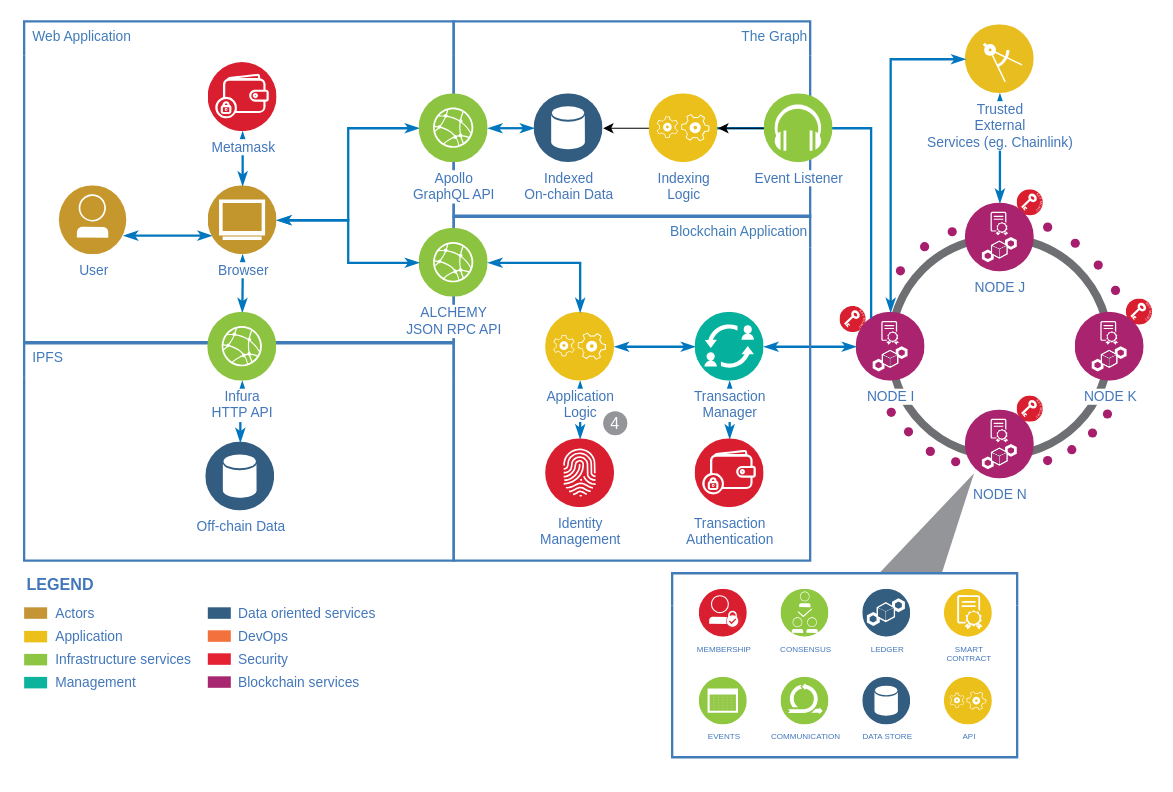
This is Assets/Untitled Diagram.drawio from hlpangaa/nft-ticketing-main, a draw.io file, before an edit. Source tidied: cells renumbered, new cells numbered last; positions are measured from the earlier drawing's top-left corner, leaving out a move shared by most shapes. Both pictures are drawn from the tidied source at 115%, with x=0, y=0 at pixel (23, 21).
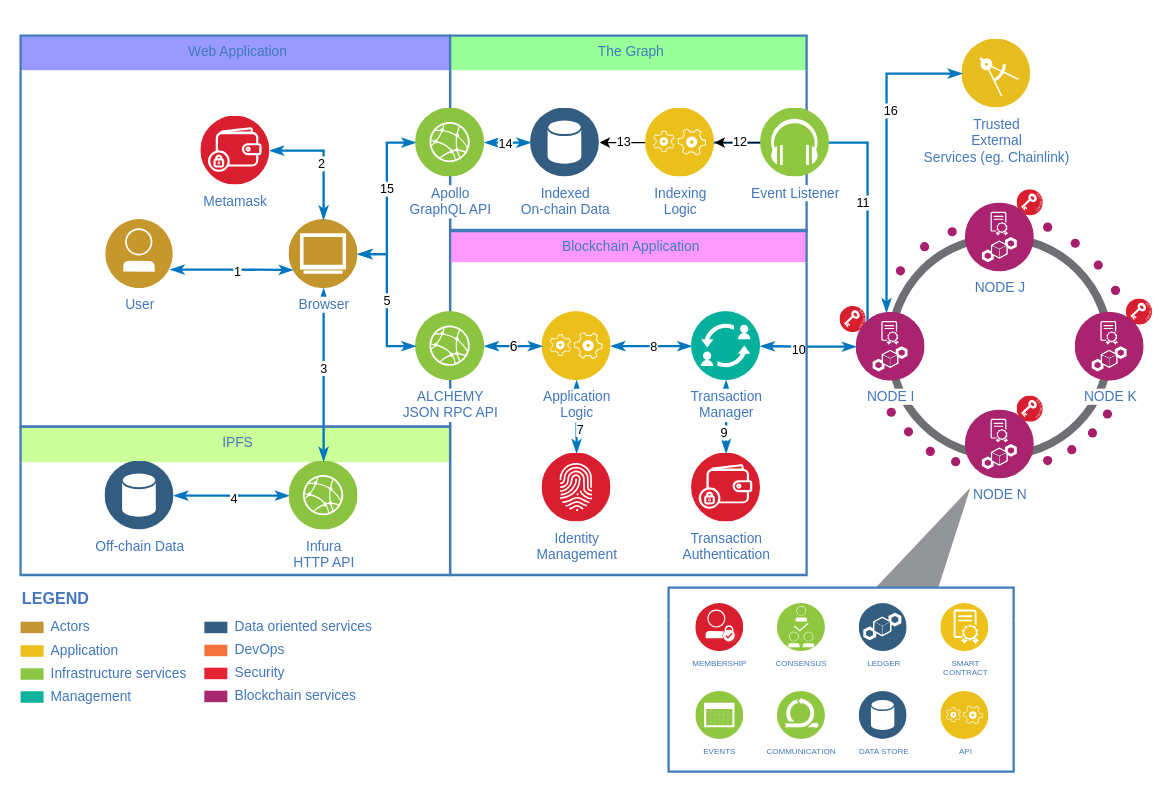
The same page after the edit.

The change refers to these unchanged cells:
```xml
<mxCell id="10" value="NODE J" style="perimeter=ellipsePerimeter;html=1;align=center;shadow=0;dashed=0;fontColor=#4277BB;labelBackgroundColor=#ffffff;fontSize=12;spacingTop=0;image;image=img/lib/ibm/blockchain/node.svg;" parent="1" vertex="1">
  <mxGeometry x="819" y="158" width="60" height="60" as="geometry" />
</mxCell>
<mxCell id="11" value="NODE I" style="perimeter=ellipsePerimeter;html=1;align=center;shadow=0;dashed=0;fontColor=#4277BB;labelBackgroundColor=#ffffff;fontSize=12;spacingTop=0;image;image=img/lib/ibm/blockchain/node.svg;" parent="1" vertex="1">
  <mxGeometry x="724" y="253" width="60" height="60" as="geometry" />
</mxCell>
<mxCell id="16" style="edgeStyle=orthogonalEdgeStyle;fontSize=12;html=1;endArrow=classicThin;endFill=1;rounded=0;strokeColor=#0076BE;strokeWidth=2;startArrow=classicThin;startFill=1;" parent="1" edge="1" source="11" target="29">
  <mxGeometry relative="1" as="geometry" />
</mxCell>
<mxCell id="19" style="edgeStyle=orthogonalEdgeStyle;fontSize=12;html=1;endArrow=classicThin;endFill=1;rounded=0;strokeColor=#0076BE;strokeWidth=2;startArrow=classicThin;startFill=1;exitX=1;exitY=0.75;exitDx=0;exitDy=0;entryX=0;entryY=0.75;entryDx=0;entryDy=0;" parent="18" edge="1" source="20" target="21">
  <mxGeometry relative="1" as="geometry" />
</mxCell>
<mxCell id="22" style="edgeStyle=orthogonalEdgeStyle;fontSize=12;html=1;endArrow=classicThin;endFill=1;rounded=0;strokeColor=#0076BE;strokeWidth=2;startArrow=classicThin;startFill=1;" parent="18" edge="1" source="23" target="21">
  <mxGeometry relative="1" as="geometry" />
</mxCell>
<mxCell id="25" style="edgeStyle=orthogonalEdgeStyle;fontSize=12;html=1;endArrow=classicThin;endFill=1;rounded=0;strokeColor=#0076BE;strokeWidth=2;startArrow=classicThin;startFill=1;" parent="24" edge="1" source="27" target="29">
  <mxGeometry relative="1" as="geometry" />
</mxCell>
<mxCell id="26" style="edgeStyle=orthogonalEdgeStyle;fontSize=12;html=1;endArrow=classicThin;endFill=1;rounded=0;strokeColor=#0076BE;strokeWidth=2;startArrow=classicThin;startFill=1;" parent="24" edge="1" source="27" target="31">
  <mxGeometry relative="1" as="geometry">
    <Array as="points">
      <mxPoint x="110" y="181" />
      <mxPoint x="110" y="181" />
    </Array>
  </mxGeometry>
</mxCell>
<mxCell id="28" style="edgeStyle=orthogonalEdgeStyle;fontSize=12;html=1;endArrow=classicThin;endFill=1;rounded=0;strokeColor=#0076BE;strokeWidth=2;startArrow=classicThin;startFill=1;" parent="24" edge="1" source="29" target="32">
  <mxGeometry relative="1" as="geometry" />
</mxCell>
<mxCell id="74" style="edgeStyle=orthogonalEdgeStyle;fontSize=12;html=1;endArrow=classicThin;endFill=1;rounded=0;strokeColor=#0076BE;strokeWidth=2;startArrow=classicThin;startFill=1;entryX=0;entryY=0.5;entryDx=0;entryDy=0;" parent="1" edge="1" source="21" target="78">
  <mxGeometry relative="1" as="geometry" />
</mxCell>
<mxCell id="77" style="edgeStyle=orthogonalEdgeStyle;fontSize=12;html=1;endArrow=classicThin;endFill=1;rounded=0;strokeColor=#0076BE;strokeWidth=2;startArrow=classicThin;startFill=1;" parent="75" edge="1" source="78" target="76">
  <mxGeometry relative="1" as="geometry" />
</mxCell>
<mxCell id="79" style="edgeStyle=orthogonalEdgeStyle;rounded=0;jettySize=auto;html=1;" parent="75" edge="1" source="80" target="82">
  <mxGeometry relative="1" as="geometry" />
</mxCell>
<mxCell id="81" style="edgeStyle=orthogonalEdgeStyle;rounded=0;jettySize=auto;html=1;" parent="75" edge="1" source="82" target="76">
  <mxGeometry relative="1" as="geometry" />
</mxCell>
```

What changed in the source:
```diff
@@
-    <mxCell id="2" style="edgeStyle=orthogonalEdgeStyle;fontSize=12;html=1;endArrow=classicThin;endFill=1;rounded=0;strokeColor=#0076BE;strokeWidth=2;startArrow=classicThin;startFill=1;" parent="1" edge="1" source="10" target="9">
-      <mxGeometry relative="1" as="geometry" />
-    </mxCell>
+    <mxCell id="69" value="IPFS" style="swimlane;fontStyle=0;horizontal=1;startSize=31;swimlaneLine=0;swimlaneFillColor=none;fillColor=#CCFF99;rounded=0;whiteSpace=wrap;html=1;absoluteArcSize=1;arcSize=12;strokeColor=#417CB9;fontColor=#417CB9;verticalAlign=top;align=center;spacingLeft=5;dashed=0;strokeWidth=2;" parent="1" vertex="1">
+      <mxGeometry x="-2.6" y="352.5" width="373.5" height="129" as="geometry" />
+    </mxCell>
+    <mxCell id="71" style="edgeStyle=orthogonalEdgeStyle;fontSize=12;html=1;endArrow=classicThin;endFill=1;rounded=0;strokeColor=#0076BE;strokeWidth=2;startArrow=classicThin;startFill=1;exitX=0;exitY=0.5;exitDx=0;exitDy=0;entryX=1;entryY=0.5;entryDx=0;entryDy=0;" parent="69" edge="1" source="72" target="70">
+      <mxGeometry relative="1" as="geometry" />
+    </mxCell>
+    <mxCell id="30" value="4" style="edgeLabel;html=1;align=center;verticalAlign=middle;" parent="71" vertex="1">
+      <mxGeometry x="-0.03" y="2" relative="1" as="geometry" />
+    </mxCell>
+    <mxCell id="70" value="Off-chain Data" style="perimeter=ellipsePerimeter;html=1;align=center;shadow=0;dashed=0;fontColor=#4277BB;labelBackgroundColor=#ffffff;fontSize=12;spacingTop=0;image;image=img/lib/ibm/data/data_services.svg;" parent="69" vertex="1">
+      <mxGeometry x="73.5" y="30" width="60" height="60" as="geometry" />
+    </mxCell>
+    <mxCell id="72" value="Infura&lt;br&gt;HTTP API" style="perimeter=ellipsePerimeter;html=1;align=center;shadow=0;dashed=0;fontColor=#4277BB;labelBackgroundColor=#ffffff;fontSize=12;spacingTop=0;image;image=img/lib/ibm/infrastructure/edge_services.svg;" parent="69" vertex="1">
+      <mxGeometry x="233.5" y="30" width="60" height="60" as="geometry" />
+    </mxCell>
-    <mxCell id="3" style="edgeStyle=orthogonalEdgeStyle;fontSize=12;html=1;endArrow=classicThin;endFill=1;rounded=0;strokeColor=#0076BE;strokeWidth=2;startArrow=classicThin;startFill=1;" parent="1" edge="1" source="21" target="72">
+    <mxCell id="3" style="edgeStyle=orthogonalEdgeStyle;fontSize=12;html=1;endArrow=classicThin;endFill=1;rounded=0;strokeColor=#0076BE;strokeWidth=2;startArrow=classicThin;startFill=1;exitX=0.5;exitY=1;exitDx=0;exitDy=0;" parent="1" edge="1" source="21" target="72">
       <mxGeometry relative="1" as="geometry" />
     </mxCell>
+    <mxCell id="83" value="3" style="edgeLabel;html=1;align=center;verticalAlign=middle;" parent="3" vertex="1">
+      <mxGeometry x="-0.08" relative="1" as="geometry" />
+    </mxCell>
@@
     <mxCell id="9" value="Trusted&lt;br&gt;External&lt;br&gt;Services (eg. Chainlink)" style="perimeter=ellipsePerimeter;html=1;align=center;shadow=0;dashed=0;fontColor=#4277BB;labelBackgroundColor=#ffffff;fontSize=12;spacingTop=0;image;image=img/lib/ibm/applications/mobile_app.svg;" parent="1" vertex="1">
-      <mxGeometry x="819" y="3" width="60" height="60" as="geometry" />
+      <mxGeometry x="815.9" y="15.5" width="60" height="60" as="geometry" />
     </mxCell>
@@
     <mxCell id="14" style="edgeStyle=orthogonalEdgeStyle;fontSize=12;html=1;endArrow=classicThin;endFill=1;rounded=0;strokeColor=#0076BE;strokeWidth=2;startArrow=none;startFill=0;entryX=1;entryY=0.5;entryDx=0;entryDy=0;" parent="1" edge="1" source="11">
       <mxGeometry relative="1" as="geometry">
-        <mxPoint x="570" y="93" as="targetPoint" />
+        <mxPoint x="566.9" y="105.5" as="targetPoint" />
         <Array as="points">
-          <mxPoint x="737" y="93" />
+          <mxPoint x="733.9" y="105.5" />
         </Array>
       </mxGeometry>
     </mxCell>
+    <mxCell id="84" value="11" style="edgeLabel;html=1;align=center;verticalAlign=middle;" parent="14" vertex="1">
+      <mxGeometry x="-0.36" y="4" relative="1" as="geometry" />
+    </mxCell>
     <mxCell id="15" style="edgeStyle=orthogonalEdgeStyle;fontSize=12;html=1;endArrow=classicThin;endFill=1;rounded=0;strokeColor=#0076BE;strokeWidth=2;startArrow=classicThin;startFill=1;" parent="1" edge="1" source="11" target="9">
       <mxGeometry relative="1" as="geometry">
         <Array as="points">
-          <mxPoint x="753.5" y="33" />
+          <mxPoint x="750.4" y="45.5" />
         </Array>
       </mxGeometry>
     </mxCell>
+    <mxCell id="85" value="16" style="edgeLabel;html=1;align=center;verticalAlign=middle;" parent="15" vertex="1">
+      <mxGeometry x="0.29" y="-3" relative="1" as="geometry" />
+    </mxCell>
@@
+    <mxCell id="86" value="10" style="edgeLabel;html=1;align=center;verticalAlign=middle;" parent="16" vertex="1">
+      <mxGeometry x="0.22" y="3" relative="1" as="geometry" />
+    </mxCell>
     <mxCell id="17" style="verticalLabelPosition=bottom;verticalAlign=top;html=1;shape=mxgraph.basic.obtuse_triangle;dx=0.34;rounded=0;flipH=1;strokeColor=none;fillColor=#939598;spacingTop=0;" parent="1" vertex="1">
-      <mxGeometry x="744" y="393" width="82.5" height="87" as="geometry" />
+      <mxGeometry x="740.9" y="405.5" width="82.5" height="87" as="geometry" />
     </mxCell>
-    <mxCell id="18" value="Web Application" style="swimlane;fontStyle=0;horizontal=1;startSize=30;swimlaneLine=0;swimlaneFillColor=none;fillColor=none;rounded=0;whiteSpace=wrap;html=1;absoluteArcSize=1;arcSize=12;strokeColor=#417CB9;fontColor=#417CB9;verticalAlign=top;align=left;spacingLeft=5;dashed=0;strokeWidth=2;" parent="1" vertex="1">
-      <mxGeometry x="0.5" width="373.5" height="280" as="geometry" />
+    <mxCell id="18" value="Web Application" style="swimlane;fontStyle=0;horizontal=1;startSize=30;swimlaneLine=0;swimlaneFillColor=none;fillColor=#9999FF;rounded=0;whiteSpace=wrap;html=1;absoluteArcSize=1;arcSize=12;strokeColor=#417CB9;fontColor=#417CB9;verticalAlign=top;align=center;spacingLeft=5;dashed=0;strokeWidth=2;" parent="1" vertex="1">
+      <mxGeometry x="-2.6" y="12.5" width="373.5" height="340" as="geometry" />
     </mxCell>
@@
+    <mxCell id="87" value="1" style="edgeLabel;html=1;align=center;verticalAlign=middle;" parent="19" vertex="1">
+      <mxGeometry x="0.08" y="-1" relative="1" as="geometry" />
+    </mxCell>
     <mxCell id="20" value="User" style="perimeter=ellipsePerimeter;html=1;align=center;shadow=0;dashed=0;fontColor=#4277BB;labelBackgroundColor=#ffffff;fontSize=12;spacingTop=0;image;image=img/lib/ibm/blockchain/blockchain_developer.svg;" parent="18" vertex="1">
-      <mxGeometry x="30" y="143" width="60" height="60" as="geometry" />
+      <mxGeometry x="73.5" y="160" width="60" height="60" as="geometry" />
     </mxCell>
     <mxCell id="21" value="Browser" style="perimeter=ellipsePerimeter;html=1;align=center;shadow=0;dashed=0;fontColor=#4277BB;labelBackgroundColor=#ffffff;fontSize=12;spacingTop=0;image;image=img/lib/ibm/users/browser.svg;" parent="18" vertex="1">
-      <mxGeometry x="160" y="143" width="60" height="60" as="geometry" />
+      <mxGeometry x="233.5" y="160" width="60" height="60" as="geometry" />
     </mxCell>
@@
+    <mxCell id="88" value="2" style="edgeLabel;html=1;align=center;verticalAlign=middle;" parent="22" vertex="1">
+      <mxGeometry x="0.09" y="-2" relative="1" as="geometry" />
+    </mxCell>
     <mxCell id="23" value="Metamask" style="perimeter=ellipsePerimeter;html=1;align=center;shadow=0;dashed=0;fontColor=#4277BB;labelBackgroundColor=#ffffff;fontSize=12;spacingTop=0;image;image=img/lib/ibm/blockchain/wallet.svg;" parent="18" vertex="1">
-      <mxGeometry x="160" y="36" width="60" height="60" as="geometry" />
+      <mxGeometry x="156.8" y="70" width="60" height="60" as="geometry" />
     </mxCell>
-    <mxCell id="24" value="Blockchain Application" style="swimlane;fontStyle=0;horizontal=1;startSize=28;swimlaneLine=0;swimlaneFillColor=none;fillColor=none;rounded=0;whiteSpace=wrap;html=1;absoluteArcSize=1;arcSize=12;strokeColor=#417CB9;fontColor=#417CB9;verticalAlign=top;align=right;spacingLeft=5;dashed=0;strokeWidth=2;" parent="1" vertex="1">
-      <mxGeometry x="374" y="169" width="310" height="300" as="geometry" />
+    <mxCell id="24" value="Blockchain Application" style="swimlane;fontStyle=0;horizontal=1;startSize=28;swimlaneLine=0;swimlaneFillColor=none;fillColor=#FF99FF;rounded=0;whiteSpace=wrap;html=1;absoluteArcSize=1;arcSize=12;strokeColor=#417CB9;fontColor=#417CB9;verticalAlign=top;align=center;spacingLeft=5;dashed=0;strokeWidth=2;" parent="1" vertex="1">
+      <mxGeometry x="370.9" y="181.5" width="310" height="300" as="geometry" />
     </mxCell>
@@
+    <mxCell id="89" value="8" style="edgeLabel;html=1;align=center;verticalAlign=middle;" parent="25" vertex="1">
+      <mxGeometry x="0.07" relative="1" as="geometry" />
+    </mxCell>
@@
+    <mxCell id="90" value="7" style="edgeLabel;html=1;align=center;verticalAlign=middle;" parent="26" vertex="1">
+      <mxGeometry x="0.32" y="3" relative="1" as="geometry" />
+    </mxCell>
     <mxCell id="27" value="Application &lt;br&gt;Logic" style="perimeter=ellipsePerimeter;html=1;align=center;shadow=0;dashed=0;fontColor=#4277BB;labelBackgroundColor=#ffffff;fontSize=12;spacingTop=0;image;image=img/lib/ibm/applications/application_logic.svg;" parent="24" vertex="1">
-      <mxGeometry x="80" y="84" width="60" height="60" as="geometry" />
+      <mxGeometry x="80" y="71" width="60" height="60" as="geometry" />
     </mxCell>
@@
+    <mxCell id="91" value="9" style="edgeLabel;html=1;align=center;verticalAlign=middle;" parent="28" vertex="1">
+      <mxGeometry x="0.42" y="-2" relative="1" as="geometry" />
+    </mxCell>
     <mxCell id="29" value="Transaction &lt;br&gt;Manager" style="perimeter=ellipsePerimeter;html=1;align=center;shadow=0;dashed=0;fontColor=#4277BB;labelBackgroundColor=#ffffff;fontSize=12;spacingTop=0;image;image=img/lib/ibm/blockchain/transaction_manager.svg;" parent="24" vertex="1">
-      <mxGeometry x="210" y="84" width="60" height="60" as="geometry" />
+      <mxGeometry x="210" y="71" width="60" height="60" as="geometry" />
     </mxCell>
-    <mxCell id="30" value="4" style="ellipse;whiteSpace=wrap;html=1;rounded=0;strokeColor=none;strokeWidth=7;fillColor=#939598;fontSize=14;align=center;fontColor=#FFFFFF;" parent="24" vertex="1">
-      <mxGeometry x="130" y="170" width="21" height="21" as="geometry" />
-    </mxCell>
@@
     <mxCell id="33" value="ALCHEMY&lt;br&gt;JSON RPC API" style="perimeter=ellipsePerimeter;html=1;align=center;shadow=0;dashed=0;fontColor=#4277BB;labelBackgroundColor=#ffffff;fontSize=12;spacingTop=0;image;image=img/lib/ibm/infrastructure/edge_services.svg;" parent="24" vertex="1">
-      <mxGeometry x="-30" y="11" width="60" height="60" as="geometry" />
+      <mxGeometry x="-30" y="71" width="60" height="60" as="geometry" />
     </mxCell>
-    <mxCell id="34" style="edgeStyle=orthogonalEdgeStyle;fontSize=12;html=1;endArrow=classicThin;endFill=1;rounded=0;strokeColor=#0076BE;strokeWidth=2;startArrow=classicThin;startFill=1;" parent="24" edge="1" source="33" target="27">
+    <mxCell id="34" value="6" style="edgeStyle=orthogonalEdgeStyle;fontSize=12;html=1;endArrow=classicThin;endFill=1;rounded=0;strokeColor=#0076BE;strokeWidth=2;startArrow=classicThin;startFill=1;" parent="24" edge="1" source="33" target="27">
       <mxGeometry relative="1" as="geometry" />
     </mxCell>
     <mxCell id="35" style="group;fontSize=7;" parent="1" vertex="1">
-      <mxGeometry x="564" y="480" width="300" height="160" as="geometry" />
+      <mxGeometry x="560.9" y="492.5" width="300" height="160" as="geometry" />
     </mxCell>
@@
     <mxCell id="45" value="Application" style="rounded=0;html=1;shadow=0;labelBackgroundColor=none;strokeColor=none;strokeWidth=2;fillColor=#EBC01A;gradientColor=none;fontSize=12;fontColor=#4277BB;align=left;labelPosition=right;verticalLabelPosition=middle;verticalAlign=middle;spacingLeft=5;" parent="1" vertex="1">
-      <mxGeometry x="0.5" y="530.1" width="20" height="10" as="geometry" />
+      <mxGeometry x="-2.6" y="542.6" width="20" height="10" as="geometry" />
     </mxCell>
     <mxCell id="46" value="Infrastructure services" style="rounded=0;html=1;shadow=0;labelBackgroundColor=none;strokeColor=none;strokeWidth=2;fillColor=#8DC642;gradientColor=none;fontSize=12;fontColor=#4277BB;align=left;labelPosition=right;verticalLabelPosition=middle;verticalAlign=middle;spacingLeft=5;" parent="1" vertex="1">
-      <mxGeometry x="0.5" y="550.1" width="20" height="10" as="geometry" />
+      <mxGeometry x="-2.6" y="562.6" width="20" height="10" as="geometry" />
     </mxCell>
     <mxCell id="47" value="Management" style="rounded=0;html=1;shadow=0;labelBackgroundColor=none;strokeColor=none;strokeWidth=2;fillColor=#0DB39D;gradientColor=none;fontSize=12;fontColor=#4277BB;align=left;labelPosition=right;verticalLabelPosition=middle;verticalAlign=middle;spacingLeft=5;" parent="1" vertex="1">
-      <mxGeometry x="0.5" y="570.1" width="20" height="10" as="geometry" />
+      <mxGeometry x="-2.6" y="582.6" width="20" height="10" as="geometry" />
     </mxCell>
     <mxCell id="48" value="Data oriented services" style="rounded=0;html=1;shadow=0;labelBackgroundColor=none;strokeColor=none;strokeWidth=2;fillColor=#335D81;gradientColor=none;fontSize=12;fontColor=#4277BB;align=left;labelPosition=right;verticalLabelPosition=middle;verticalAlign=middle;spacingLeft=5;" parent="1" vertex="1">
-      <mxGeometry x="160.2" y="509.6" width="20" height="10" as="geometry" />
+      <mxGeometry x="157.2" y="522.1" width="20" height="10" as="geometry" />
     </mxCell>
     <mxCell id="49" value="DevOps" style="rounded=0;html=1;shadow=0;labelBackgroundColor=none;strokeColor=none;strokeWidth=2;fillColor=#F3713C;gradientColor=none;fontSize=12;fontColor=#4277BB;align=left;labelPosition=right;verticalLabelPosition=middle;verticalAlign=middle;spacingLeft=5;" parent="1" vertex="1">
-      <mxGeometry x="160.2" y="529.6" width="20" height="10" as="geometry" />
+      <mxGeometry x="157.2" y="542.1" width="20" height="10" as="geometry" />
     </mxCell>
     <mxCell id="50" value="Blockchain services" style="rounded=0;html=1;shadow=0;labelBackgroundColor=none;strokeColor=none;strokeWidth=2;fillColor=#A72870;gradientColor=none;fontSize=12;fontColor=#4277BB;align=left;labelPosition=right;verticalLabelPosition=middle;verticalAlign=middle;spacingLeft=5;" parent="1" vertex="1">
-      <mxGeometry x="160.2" y="569.6" width="20" height="10" as="geometry" />
+      <mxGeometry x="157.2" y="582.1" width="20" height="10" as="geometry" />
     </mxCell>
     <mxCell id="51" value="Security" style="rounded=0;html=1;shadow=0;labelBackgroundColor=none;strokeColor=none;strokeWidth=2;fillColor=#E52134;gradientColor=none;fontSize=12;fontColor=#4277BB;align=left;labelPosition=right;verticalLabelPosition=middle;verticalAlign=middle;spacingLeft=5;" parent="1" vertex="1">
-      <mxGeometry x="160.2" y="549.6" width="20" height="10" as="geometry" />
+      <mxGeometry x="157.2" y="562.1" width="20" height="10" as="geometry" />
     </mxCell>
     <mxCell id="52" value="LEGEND" style="text;html=1;align=left;verticalAlign=middle;fontColor=#4277BB;shadow=0;dashed=0;strokeColor=none;fillColor=none;labelBackgroundColor=none;fontStyle=1;fontSize=14;spacingLeft=0;" parent="1" vertex="1">
-      <mxGeometry x="0.5" y="479.6" width="150" height="20" as="geometry" />
+      <mxGeometry x="-2.6" y="492.1" width="150" height="20" as="geometry" />
     </mxCell>
     <mxCell id="53" value="Actors" style="rounded=0;html=1;shadow=0;labelBackgroundColor=none;strokeColor=none;strokeWidth=2;fillColor=#C59435;gradientColor=none;fontSize=12;fontColor=#4277BB;align=left;labelPosition=right;verticalLabelPosition=middle;verticalAlign=middle;spacingLeft=5;" parent="1" vertex="1">
-      <mxGeometry x="0.5" y="509.6" width="20" height="10" as="geometry" />
+      <mxGeometry x="-2.6" y="522.1" width="20" height="10" as="geometry" />
     </mxCell>
@@
-    <mxCell id="69" value="IPFS" style="swimlane;fontStyle=0;horizontal=1;startSize=31;swimlaneLine=0;swimlaneFillColor=none;fillColor=none;rounded=0;whiteSpace=wrap;html=1;absoluteArcSize=1;arcSize=12;strokeColor=#417CB9;fontColor=#417CB9;verticalAlign=top;align=left;spacingLeft=5;dashed=0;strokeWidth=2;" parent="1" vertex="1">
-      <mxGeometry x="0.5" y="279" width="373.5" height="190" as="geometry" />
-    </mxCell>
-    <mxCell id="70" value="Off-chain Data" style="perimeter=ellipsePerimeter;html=1;align=center;shadow=0;dashed=0;fontColor=#4277BB;labelBackgroundColor=#ffffff;fontSize=12;spacingTop=0;image;image=img/lib/ibm/data/data_services.svg;" parent="69" vertex="1">
-      <mxGeometry x="158" y="87" width="60" height="60" as="geometry" />
-    </mxCell>
-    <mxCell id="71" style="edgeStyle=orthogonalEdgeStyle;fontSize=12;html=1;endArrow=classicThin;endFill=1;rounded=0;strokeColor=#0076BE;strokeWidth=2;startArrow=classicThin;startFill=1;" parent="1" edge="1" source="72" target="70">
-      <mxGeometry relative="1" as="geometry" />
-    </mxCell>
-    <mxCell id="72" value="Infura&lt;br&gt;HTTP API" style="perimeter=ellipsePerimeter;html=1;align=center;shadow=0;dashed=0;fontColor=#4277BB;labelBackgroundColor=#ffffff;fontSize=12;spacingTop=0;image;image=img/lib/ibm/infrastructure/edge_services.svg;" parent="1" vertex="1">
-      <mxGeometry x="160.2" y="253" width="60" height="60" as="geometry" />
-    </mxCell>
-    <mxCell id="73" style="edgeStyle=orthogonalEdgeStyle;fontSize=12;html=1;endArrow=classicThin;endFill=1;rounded=0;strokeColor=#0076BE;strokeWidth=2;startArrow=classicThin;startFill=1;" parent="1" edge="1" source="21" target="33">
+    <mxCell id="73" style="edgeStyle=orthogonalEdgeStyle;fontSize=12;html=1;endArrow=classicThin;endFill=1;rounded=0;strokeColor=#0076BE;strokeWidth=2;startArrow=classicThin;startFill=1;entryX=0;entryY=0.5;entryDx=0;entryDy=0;" parent="1" edge="1" source="21" target="33">
       <mxGeometry relative="1" as="geometry" />
     </mxCell>
+    <mxCell id="92" value="5" style="edgeLabel;html=1;align=center;verticalAlign=middle;" parent="73" vertex="1">
+      <mxGeometry relative="1" as="geometry" />
+    </mxCell>
@@
+    <mxCell id="93" value="15" style="edgeLabel;html=1;align=center;verticalAlign=middle;" parent="74" vertex="1">
+      <mxGeometry x="0.12" relative="1" as="geometry" />
+    </mxCell>
-    <mxCell id="75" value="The Graph" style="swimlane;fontStyle=0;horizontal=1;startSize=30;swimlaneLine=0;swimlaneFillColor=none;fillColor=none;rounded=0;whiteSpace=wrap;html=1;absoluteArcSize=1;arcSize=12;strokeColor=#417CB9;fontColor=#417CB9;verticalAlign=top;align=right;spacingLeft=5;dashed=0;strokeWidth=2;" parent="1" vertex="1">
-      <mxGeometry x="374" width="310" height="170" as="geometry" />
+    <mxCell id="75" value="The Graph" style="swimlane;fontStyle=0;horizontal=1;startSize=30;swimlaneLine=0;swimlaneFillColor=none;fillColor=#99FF99;rounded=0;whiteSpace=wrap;html=1;absoluteArcSize=1;arcSize=12;strokeColor=#417CB9;fontColor=#417CB9;verticalAlign=top;align=center;spacingLeft=5;dashed=0;strokeWidth=2;" parent="1" vertex="1">
+      <mxGeometry x="370.9" y="12.5" width="310" height="170" as="geometry" />
     </mxCell>
@@
+    <mxCell id="94" value="14" style="edgeLabel;html=1;align=center;verticalAlign=middle;" parent="77" vertex="1">
+      <mxGeometry x="-0.1" y="-1" relative="1" as="geometry" />
+    </mxCell>
@@
+    <mxCell id="95" value="12" style="edgeLabel;html=1;align=center;verticalAlign=middle;" parent="79" vertex="1">
+      <mxGeometry x="-0.08" y="-1" relative="1" as="geometry" />
+    </mxCell>
@@
+    <mxCell id="96" value="13" style="edgeLabel;html=1;align=center;verticalAlign=middle;" parent="81" vertex="1">
+      <mxGeometry x="-0.05" y="-1" relative="1" as="geometry" />
+    </mxCell>
```
